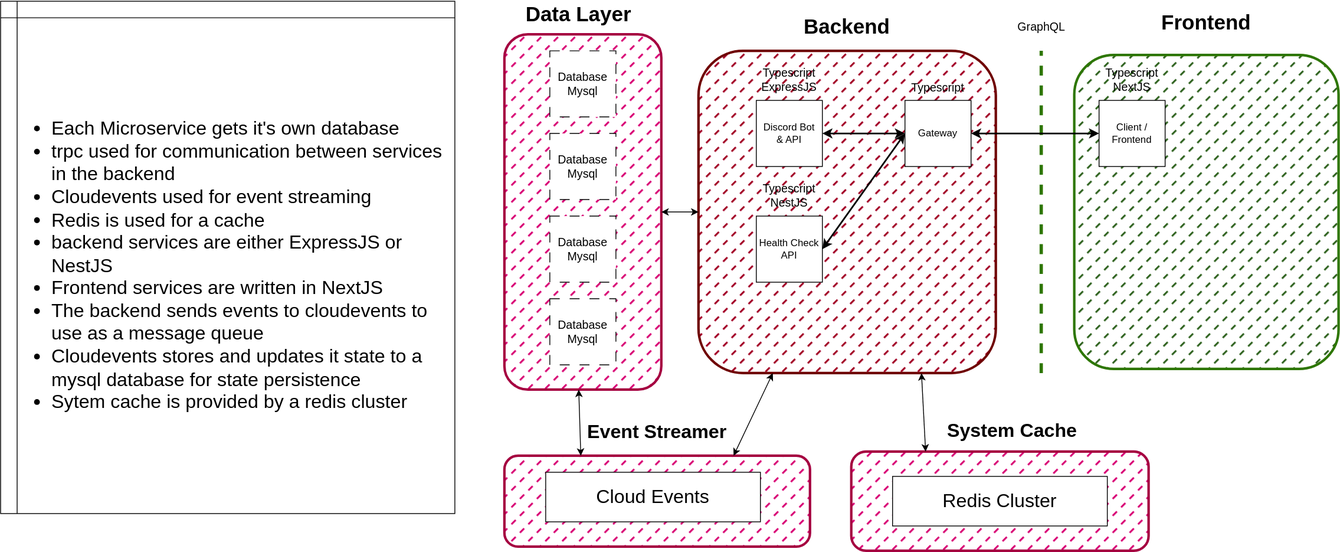
Before: DOCS/images/Structure.drawio.svg, a diagram exported from draw.io (SinLess-Games-LLC/Helix-Ai). Source tidied: cells renumbered, new cells last; positions are measured from the earlier drawing's top-left corner, leaving out a move shared by most shapes.
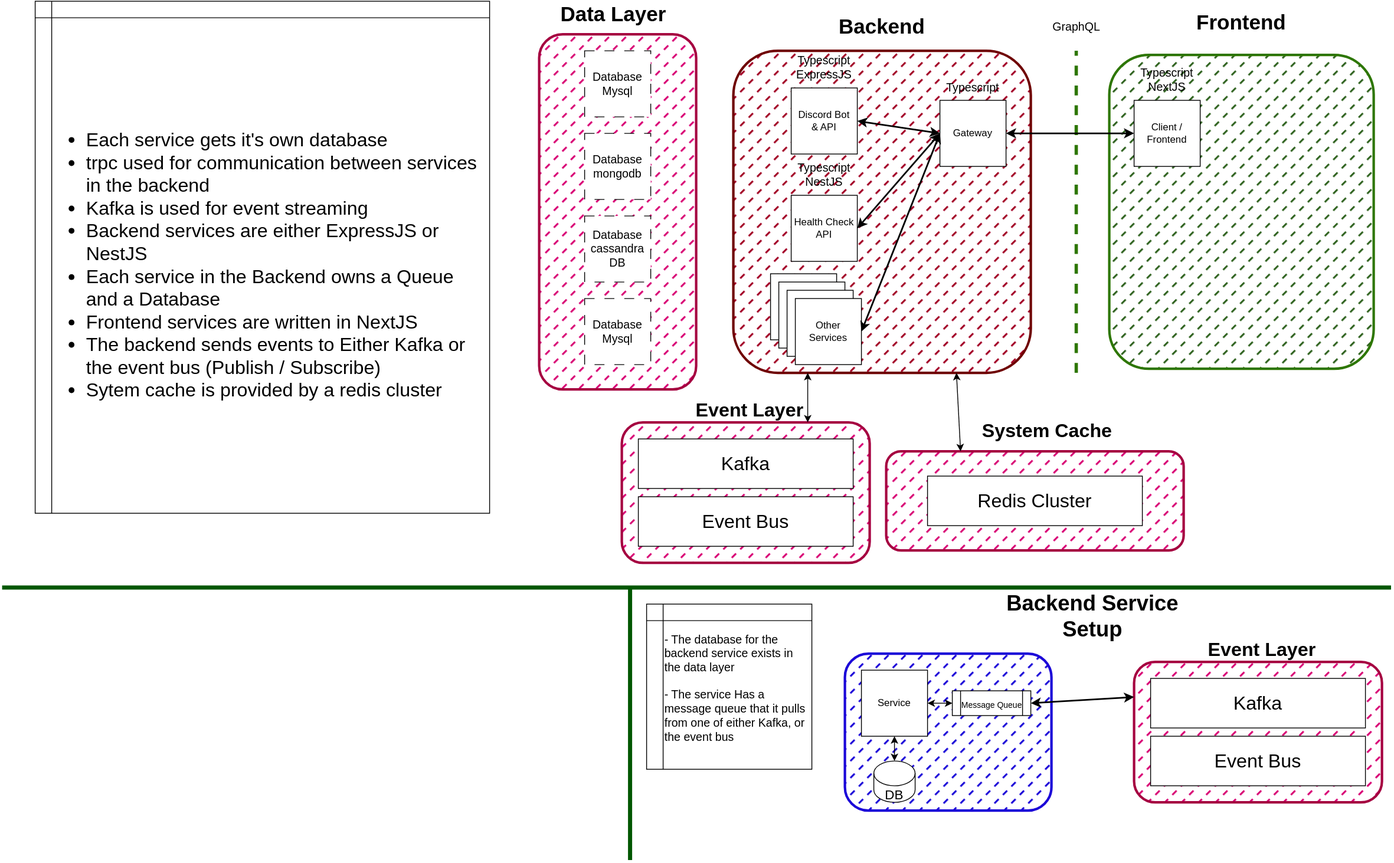
The same file after the commit.

Change to the diagram source:
```diff
@@ -2,8 +2,11 @@
   <root>
     <mxCell id="0" />
     <mxCell id="1" parent="0" />
+    <mxCell id="37" style="rounded=1;whiteSpace=wrap;html=1;fontSize=14;fillColor=#1B06D8;fontColor=#ffffff;strokeColor=#1B06D8;strokeWidth=3;fillStyle=dashed;" parent="1" vertex="1">
+      <mxGeometry x="980" y="790" width="250" height="190" as="geometry" />
+    </mxCell>
     <mxCell id="2" style="rounded=1;whiteSpace=wrap;html=1;fontSize=14;fillColor=#d80073;fontColor=#ffffff;strokeColor=#A50040;strokeWidth=3;fillStyle=dashed;" parent="1" vertex="1">
-      <mxGeometry x="610" y="550" width="370" height="110" as="geometry" />
+      <mxGeometry x="710" y="510" width="300" height="170" as="geometry" />
     </mxCell>
     <mxCell id="3" style="rounded=1;whiteSpace=wrap;html=1;fontSize=14;fillColor=#306320;fontColor=#ffffff;strokeColor=#2D7600;strokeWidth=3;fillStyle=dashed;" parent="1" vertex="1">
       <mxGeometry x="1300" y="65" width="320" height="380" as="geometry" />
@@ -15,10 +18,10 @@
       <mxGeometry x="845" y="60" width="360" height="390" as="geometry" />
     </mxCell>
     <mxCell id="6" value="Discord Bot&lt;br&gt;&amp;amp; API" style="whiteSpace=wrap;html=1;" parent="1" vertex="1">
-      <mxGeometry x="915" y="120" width="80" height="80" as="geometry" />
+      <mxGeometry x="915" y="105" width="80" height="80" as="geometry" />
     </mxCell>
     <mxCell id="7" value="Health Check&lt;br&gt;API" style="whiteSpace=wrap;html=1;" parent="1" vertex="1">
-      <mxGeometry x="915" y="260" width="80" height="80" as="geometry" />
+      <mxGeometry x="915" y="235" width="80" height="80" as="geometry" />
     </mxCell>
     <mxCell id="8" value="Gateway" style="whiteSpace=wrap;html=1;" parent="1" vertex="1">
       <mxGeometry x="1095" y="120" width="80" height="80" as="geometry" />
@@ -42,10 +45,10 @@
       <mxGeometry x="1105" y="90" width="60" height="30" as="geometry" />
     </mxCell>
     <mxCell id="14" value="Typescript&lt;br&gt;ExpressJS" style="text;html=1;strokeColor=none;fillColor=none;align=center;verticalAlign=middle;whiteSpace=wrap;rounded=0;dashed=1;dashPattern=12 12;fontSize=14;" parent="1" vertex="1">
-      <mxGeometry x="925" y="80" width="60" height="30" as="geometry" />
+      <mxGeometry x="925" y="65" width="60" height="30" as="geometry" />
     </mxCell>
     <mxCell id="15" value="Typescript&lt;br&gt;NestJS" style="text;html=1;strokeColor=none;fillColor=none;align=center;verticalAlign=middle;whiteSpace=wrap;rounded=0;dashed=1;dashPattern=12 12;fontSize=14;" parent="1" vertex="1">
-      <mxGeometry x="925" y="220" width="60" height="30" as="geometry" />
+      <mxGeometry x="925" y="195" width="60" height="30" as="geometry" />
     </mxCell>
     <mxCell id="16" style="endArrow=classic;startArrow=classic;html=1;strokeWidth=2;fontSize=14;jumpSize=6;exitX=1;exitY=0.5;exitDx=0;exitDy=0;entryX=0;entryY=0.5;entryDx=0;entryDy=0;" parent="1" edge="1" source="8" target="9">
       <mxGeometry relative="1" as="geometry" />
@@ -68,35 +71,30 @@
     <mxCell id="22" value="&lt;font style=&quot;font-size: 25px;&quot;&gt;&lt;b&gt;Frontend&lt;/b&gt;&lt;/font&gt;" style="text;html=1;strokeColor=none;fillColor=none;align=center;verticalAlign=middle;whiteSpace=wrap;rounded=0;fillStyle=dashed;strokeWidth=3;fontSize=14;" parent="1" vertex="1">
       <mxGeometry x="1430" y="10" width="60" height="30" as="geometry" />
     </mxCell>
-    <mxCell id="23" value="&lt;font style=&quot;font-size: 23px;&quot;&gt;&lt;b&gt;Event Streamer&lt;br&gt;&lt;br&gt;&lt;/b&gt;&lt;/font&gt;" style="text;html=1;strokeColor=none;fillColor=none;align=center;verticalAlign=middle;whiteSpace=wrap;rounded=0;strokeWidth=1;" parent="1" vertex="1">
-      <mxGeometry x="660" y="510" width="270" height="50" as="geometry" />
+    <mxCell id="23" value="&lt;font style=&quot;font-size: 23px;&quot;&gt;&lt;b&gt;Event Layer&lt;br&gt;&lt;/b&gt;&lt;/font&gt;" style="text;html=1;strokeColor=none;fillColor=none;align=center;verticalAlign=middle;whiteSpace=wrap;rounded=0;strokeWidth=1;" parent="1" vertex="1">
+      <mxGeometry x="730" y="470" width="270" height="50" as="geometry" />
     </mxCell>
-    <mxCell id="24" value="Cloud Events" style="rounded=0;whiteSpace=wrap;html=1;strokeWidth=1;fontSize=23;" parent="1" vertex="1">
-      <mxGeometry x="660" y="570" width="260" height="60" as="geometry" />
+    <mxCell id="24" value="Kafka" style="rounded=0;whiteSpace=wrap;html=1;strokeWidth=1;fontSize=23;" parent="1" vertex="1">
+      <mxGeometry x="730" y="530" width="260" height="60" as="geometry" />
     </mxCell>
-    <mxCell id="25" value="Database&lt;br&gt;Mysql" style="whiteSpace=wrap;html=1;dashed=1;dashPattern=12 12;fontSize=14;" parent="1" vertex="1">
+    <mxCell id="25" value="Database&lt;br&gt;mongodb" style="whiteSpace=wrap;html=1;dashed=1;dashPattern=12 12;fontSize=14;" parent="1" vertex="1">
       <mxGeometry x="665" y="160" width="80" height="80" as="geometry" />
     </mxCell>
     <mxCell id="26" style="shape=internalStorage;whiteSpace=wrap;html=1;backgroundOutline=1;strokeWidth=1;fontSize=23;" parent="1" vertex="1">
       <mxGeometry width="550" height="620" as="geometry" />
     </mxCell>
-    <mxCell id="27" value="&lt;ul&gt;&lt;li style=&quot;&quot;&gt;Each Microservice gets it's own database&lt;/li&gt;&lt;li style=&quot;&quot;&gt;trpc used for communication between services in the backend&lt;/li&gt;&lt;li style=&quot;&quot;&gt;Cloudevents used for event streaming&lt;/li&gt;&lt;li style=&quot;&quot;&gt;Redis is used for a cache&lt;/li&gt;&lt;li style=&quot;&quot;&gt;backend services are either ExpressJS or NestJS&lt;/li&gt;&lt;li style=&quot;&quot;&gt;Frontend services are written in NextJS&lt;/li&gt;&lt;li style=&quot;&quot;&gt;The backend sends events to cloudevents to use as a message queue&lt;/li&gt;&lt;li style=&quot;&quot;&gt;Cloudevents stores and updates it state to a mysql database for state persistence&lt;/li&gt;&lt;li style=&quot;&quot;&gt;Sytem cache is provided by a redis cluster&lt;/li&gt;&lt;/ul&gt;" style="text;html=1;strokeColor=none;fillColor=none;align=left;verticalAlign=middle;whiteSpace=wrap;rounded=0;strokeWidth=1;fontSize=23;" parent="1" vertex="1">
+    <mxCell id="27" value="&lt;ul&gt;&lt;li style=&quot;&quot;&gt;Each service gets it's own database&lt;/li&gt;&lt;li style=&quot;&quot;&gt;trpc used for communication between services in the backend&lt;/li&gt;&lt;li style=&quot;&quot;&gt;Kafka is used for event streaming&lt;/li&gt;&lt;li style=&quot;&quot;&gt;Backend services are either ExpressJS or NestJS&lt;/li&gt;&lt;li style=&quot;&quot;&gt;Each service in the Backend owns a Queue and a Database&lt;/li&gt;&lt;li style=&quot;&quot;&gt;Frontend services are written in NextJS&lt;/li&gt;&lt;li style=&quot;&quot;&gt;The backend sends events to Either Kafka or the event bus (Publish / Subscribe)&lt;/li&gt;&lt;li style=&quot;&quot;&gt;Sytem cache is provided by a redis cluster&lt;/li&gt;&lt;/ul&gt;" style="text;html=1;strokeColor=none;fillColor=none;align=left;verticalAlign=middle;whiteSpace=wrap;rounded=0;strokeWidth=1;fontSize=23;" parent="1" vertex="1">
       <mxGeometry x="20" y="20" width="520" height="600" as="geometry" />
     </mxCell>
     <mxCell id="28" style="endArrow=classic;startArrow=classic;html=1;fontSize=23;entryX=0.75;entryY=0;entryDx=0;entryDy=0;exitX=0.25;exitY=1;exitDx=0;exitDy=0;" parent="1" edge="1" source="5" target="2">
       <mxGeometry relative="1" as="geometry" />
     </mxCell>
-    <mxCell id="29" value="Database&lt;br&gt;Mysql" style="whiteSpace=wrap;html=1;dashed=1;dashPattern=12 12;fontSize=14;" parent="1" vertex="1">
+    <mxCell id="29" value="Database&lt;br&gt;cassandra DB" style="whiteSpace=wrap;html=1;dashed=1;dashPattern=12 12;fontSize=14;" parent="1" vertex="1">
       <mxGeometry x="665" y="260" width="80" height="80" as="geometry" />
     </mxCell>
     <mxCell id="30" value="Database&lt;br&gt;Mysql" style="whiteSpace=wrap;html=1;dashed=1;dashPattern=12 12;fontSize=14;" parent="1" vertex="1">
       <mxGeometry x="665" y="360" width="80" height="80" as="geometry" />
     </mxCell>
-    <mxCell id="31" style="endArrow=classic;startArrow=classic;html=1;fontSize=23;exitX=0.25;exitY=0;exitDx=0;exitDy=0;" parent="1" edge="1" source="2">
-      <mxGeometry relative="1" as="geometry">
-        <mxPoint x="700" y="470" as="targetPoint" />
-      </mxGeometry>
-    </mxCell>
     <mxCell id="32" style="rounded=1;whiteSpace=wrap;html=1;fontSize=14;fillColor=#d80073;fontColor=#ffffff;strokeColor=#A50040;strokeWidth=3;fillStyle=dashed;" parent="1" vertex="1">
       <mxGeometry x="1030" y="545" width="360" height="120" as="geometry" />
     </mxCell>
@@ -109,8 +107,74 @@
     <mxCell id="35" style="endArrow=classic;startArrow=classic;html=1;fontSize=23;entryX=0.25;entryY=0;entryDx=0;entryDy=0;exitX=0.75;exitY=1;exitDx=0;exitDy=0;" parent="1" edge="1" source="5" target="32">
       <mxGeometry relative="1" as="geometry" />
     </mxCell>
-    <mxCell id="36" style="endArrow=classic;startArrow=classic;html=1;fontSize=23;exitX=1;exitY=0.5;exitDx=0;exitDy=0;entryX=0;entryY=0.5;entryDx=0;entryDy=0;" parent="1" edge="1" source="4" target="5">
-      <mxGeometry relative="1" as="geometry" />
+    <mxCell id="36" value="Event Bus" style="rounded=0;whiteSpace=wrap;html=1;strokeWidth=1;fontSize=23;" parent="1" vertex="1">
+      <mxGeometry x="730" y="600" width="260" height="60" as="geometry" />
     </mxCell>
+    <mxCell id="38" style="endArrow=none;html=1;strokeWidth=5;fillColor=#008a00;strokeColor=#005700;" parent="1" edge="1">
+      <mxGeometry relative="1" as="geometry">
+        <mxPoint x="-40" y="710" as="sourcePoint" />
+        <mxPoint x="1641" y="710" as="targetPoint" />
+      </mxGeometry>
+    </mxCell>
+    <mxCell id="39" value="&lt;b&gt;&lt;font style=&quot;font-size: 26px;&quot;&gt;Backend Service Setup&lt;/font&gt;&lt;/b&gt;" style="text;html=1;strokeColor=none;fillColor=none;align=center;verticalAlign=middle;whiteSpace=wrap;rounded=0;" parent="1" vertex="1">
+      <mxGeometry x="1140" y="730" width="280" height="30" as="geometry" />
+    </mxCell>
+    <mxCell id="40" value="Service" style="whiteSpace=wrap;html=1;" parent="1" vertex="1">
+      <mxGeometry x="1000" y="810" width="80" height="80" as="geometry" />
+    </mxCell>
+    <mxCell id="41" value="&lt;font style=&quot;font-size: 16px;&quot;&gt;DB&lt;/font&gt;" style="shape=cylinder3;whiteSpace=wrap;html=1;boundedLbl=1;backgroundOutline=1;size=15;fontSize=26;" parent="1" vertex="1">
+      <mxGeometry x="1015" y="920" width="50" height="50" as="geometry" />
+    </mxCell>
+    <mxCell id="42" value="&lt;font style=&quot;font-size: 10px;&quot;&gt;Message Queue&lt;/font&gt;" style="shape=process;whiteSpace=wrap;html=1;backgroundOutline=1;fontSize=16;" parent="1" vertex="1">
+      <mxGeometry x="1110" y="835" width="95" height="30" as="geometry" />
+    </mxCell>
+    <mxCell id="43" style="rounded=1;whiteSpace=wrap;html=1;fontSize=14;fillColor=#d80073;fontColor=#ffffff;strokeColor=#A50040;strokeWidth=3;fillStyle=dashed;" parent="1" vertex="1">
+      <mxGeometry x="1330" y="800" width="300" height="170" as="geometry" />
+    </mxCell>
+    <mxCell id="44" value="&lt;font style=&quot;font-size: 23px;&quot;&gt;&lt;b&gt;Event Layer&lt;br&gt;&lt;/b&gt;&lt;/font&gt;" style="text;html=1;strokeColor=none;fillColor=none;align=center;verticalAlign=middle;whiteSpace=wrap;rounded=0;strokeWidth=1;" parent="1" vertex="1">
+      <mxGeometry x="1350" y="760" width="270" height="50" as="geometry" />
+    </mxCell>
+    <mxCell id="45" value="Kafka" style="rounded=0;whiteSpace=wrap;html=1;strokeWidth=1;fontSize=23;" parent="1" vertex="1">
+      <mxGeometry x="1350" y="820" width="260" height="60" as="geometry" />
+    </mxCell>
+    <mxCell id="46" value="Event Bus" style="rounded=0;whiteSpace=wrap;html=1;strokeWidth=1;fontSize=23;" parent="1" vertex="1">
+      <mxGeometry x="1350" y="890" width="260" height="60" as="geometry" />
+    </mxCell>
+    <mxCell id="47" style="endArrow=classic;startArrow=classic;html=1;strokeWidth=2;fontSize=10;exitX=1;exitY=0.5;exitDx=0;exitDy=0;entryX=0;entryY=0.25;entryDx=0;entryDy=0;" parent="1" edge="1" source="42" target="43">
+      <mxGeometry relative="1" as="geometry" />
+    </mxCell>
+    <mxCell id="48" style="endArrow=classic;startArrow=classic;html=1;strokeWidth=1;fontSize=10;entryX=0;entryY=0.5;entryDx=0;entryDy=0;exitX=1;exitY=0.5;exitDx=0;exitDy=0;" parent="1" edge="1" source="40" target="42">
+      <mxGeometry relative="1" as="geometry" />
+    </mxCell>
+    <mxCell id="49" style="endArrow=classic;startArrow=classic;html=1;strokeWidth=1;fontSize=10;entryX=0.5;entryY=0;entryDx=0;entryDy=0;exitX=0.5;exitY=1;exitDx=0;exitDy=0;entryPerimeter=0;" parent="1" edge="1" source="40" target="41">
+      <mxGeometry relative="1" as="geometry" />
+    </mxCell>
+    <mxCell id="50" style="shape=internalStorage;whiteSpace=wrap;html=1;backgroundOutline=1;fontSize=10;" parent="1" vertex="1">
+      <mxGeometry x="740" y="730" width="200" height="200" as="geometry" />
+    </mxCell>
+    <mxCell id="51" value="&lt;span style=&quot;font-size: 14px;&quot;&gt;- The database for the backend service exists in the data layer&lt;br&gt;&lt;br&gt;- The service Has a message queue that it pulls from one of either Kafka, or the event bus&lt;br&gt;&lt;br&gt;&lt;/span&gt;" style="text;html=1;strokeColor=none;fillColor=none;align=left;verticalAlign=middle;whiteSpace=wrap;rounded=0;fontSize=10;" parent="1" vertex="1">
+      <mxGeometry x="760" y="750" width="180" height="180" as="geometry" />
+    </mxCell>
+    <mxCell id="52" style="endArrow=none;html=1;strokeWidth=5;fontSize=14;fillColor=#008a00;strokeColor=#005700;" parent="1" edge="1">
+      <mxGeometry relative="1" as="geometry">
+        <mxPoint x="720" y="1040" as="sourcePoint" />
+        <mxPoint x="720" y="710" as="targetPoint" />
+      </mxGeometry>
+    </mxCell>
+    <mxCell id="53" style="whiteSpace=wrap;html=1;" parent="1" vertex="1">
+      <mxGeometry x="890" y="330" width="80" height="80" as="geometry" />
+    </mxCell>
+    <mxCell id="54" style="whiteSpace=wrap;html=1;" parent="1" vertex="1">
+      <mxGeometry x="900" y="340" width="80" height="80" as="geometry" />
+    </mxCell>
+    <mxCell id="55" style="whiteSpace=wrap;html=1;" parent="1" vertex="1">
+      <mxGeometry x="910" y="350" width="80" height="80" as="geometry" />
+    </mxCell>
+    <mxCell id="56" value="Other Services" style="whiteSpace=wrap;html=1;" parent="1" vertex="1">
+      <mxGeometry x="920" y="360" width="80" height="80" as="geometry" />
+    </mxCell>
+    <mxCell id="57" style="endArrow=classic;startArrow=classic;html=1;strokeWidth=2;fontSize=14;jumpSize=6;exitX=0;exitY=0.5;exitDx=0;exitDy=0;entryX=1;entryY=0.5;entryDx=0;entryDy=0;" parent="1" edge="1" source="8" target="56">
+      <mxGeometry relative="1" as="geometry" />
+    </mxCell>
   </root>
 </mxGraphModel>
```
